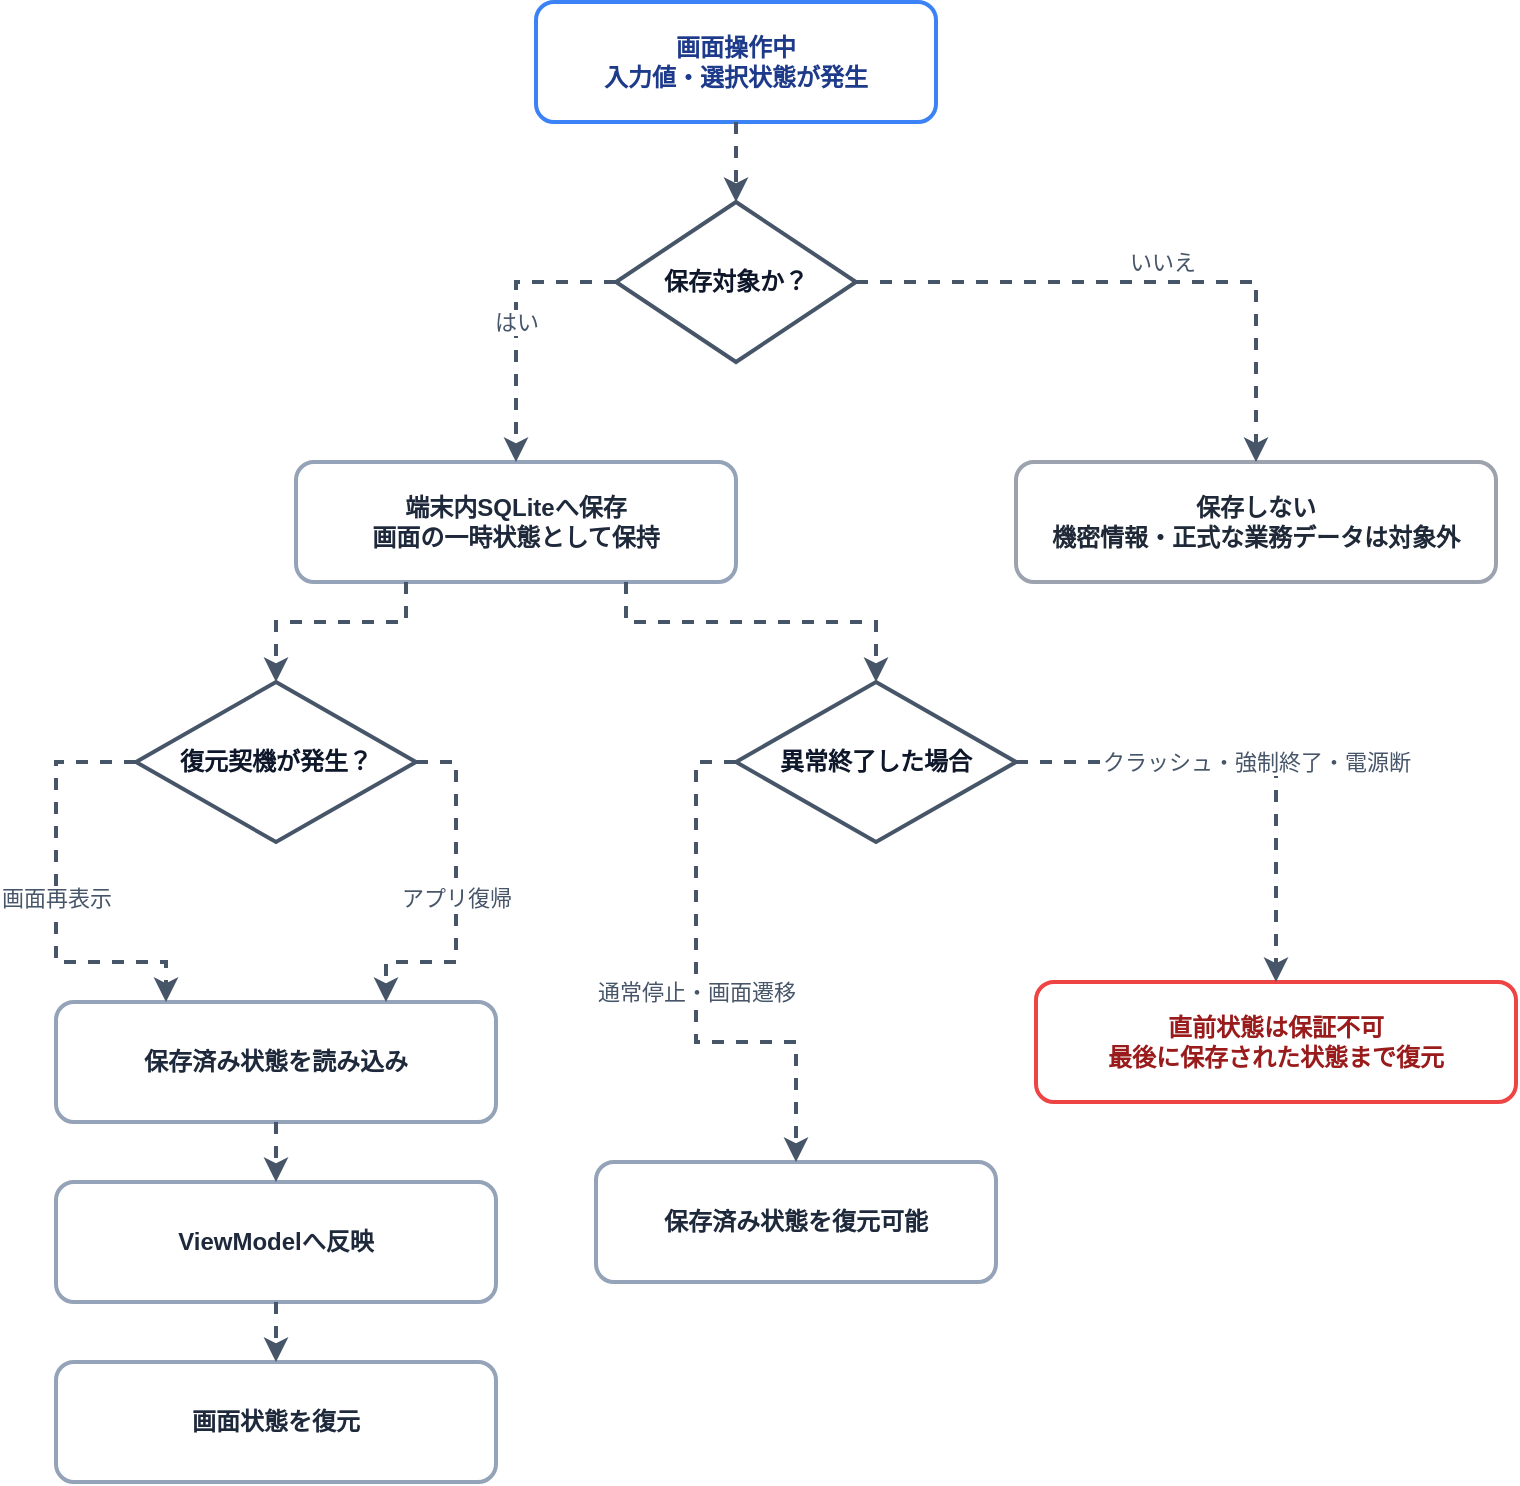
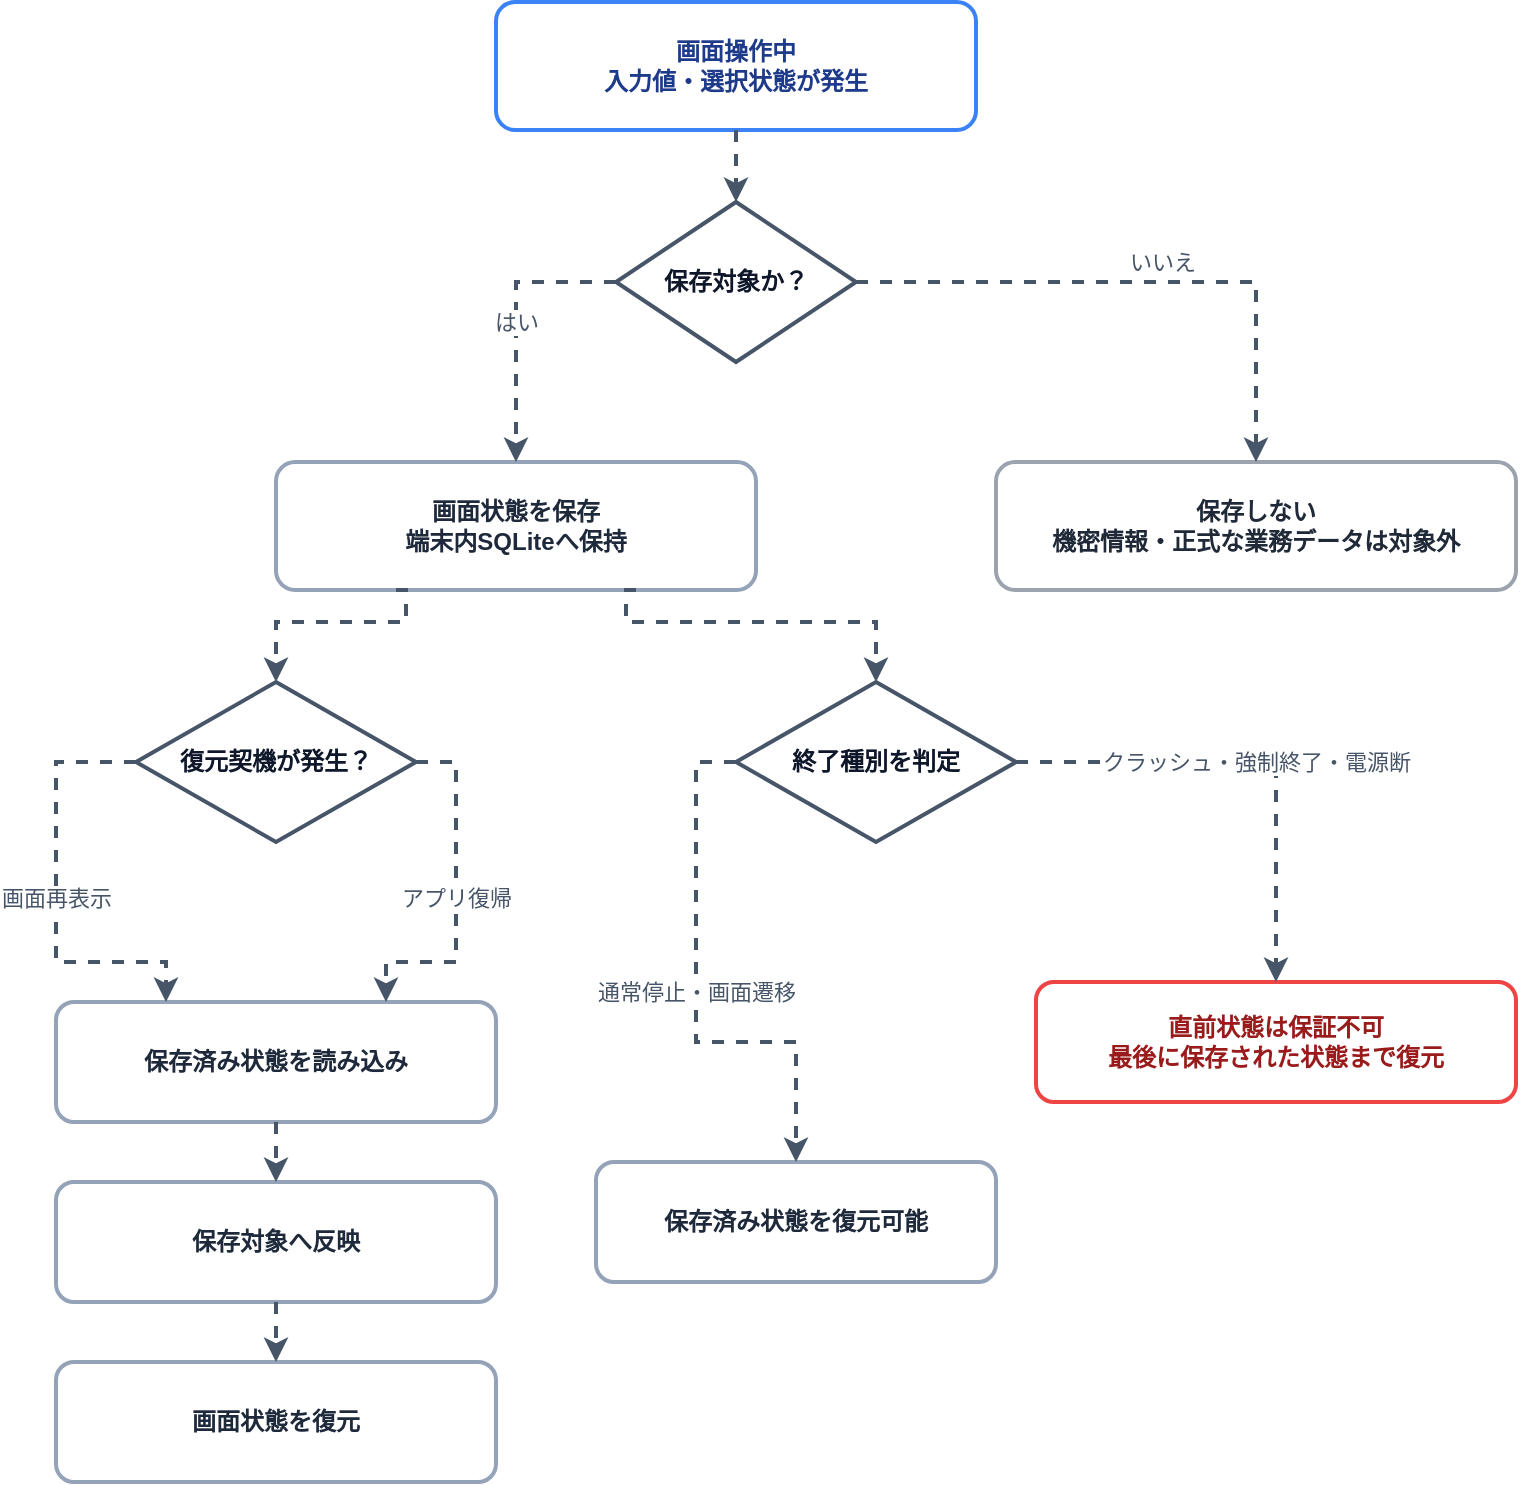
<?xml version='1.0' encoding='utf-8'?>
<mxfile host="65bd71144e">
    <diagram name="StateSavingFlow" id="state_saving_flow">
        <mxGraphModel dx="922" dy="784" grid="1" gridSize="10" guides="1" tooltips="1" connect="1" arrows="1" fold="1" page="1" pageScale="1" pageWidth="850" pageHeight="1100" background="#ffffff" math="0" shadow="0">
            <root>
                <mxCell id="0" />
                <mxCell id="1" parent="0" />
                <mxCell id="A" value="画面操作中&lt;br/&gt;入力値・選択状態が発生" style="rounded=1;whiteSpace=wrap;html=1;fillColor=#FFFFFF;strokeColor=#3B82F6;strokeWidth=2;fontStyle=1;fontColor=#1E3A8A;" parent="1" vertex="1">
-                     <mxGeometry x="320" y="40" width="200" height="60" as="geometry" />
+                     <mxGeometry x="300" y="40" width="240" height="64" as="geometry" />
                </mxCell>
                <mxCell id="B" value="保存対象か？" style="rhombus;whiteSpace=wrap;html=1;fillColor=#FFFFFF;strokeColor=#475569;strokeWidth=2;fontStyle=1;fontColor=#0F172A;" parent="1" vertex="1">
                    <mxGeometry x="360" y="140" width="120" height="80" as="geometry" />
                </mxCell>
-                 <mxCell id="C" value="端末内SQLiteへ保存&lt;br/&gt;画面の一時状態として保持" style="rounded=1;whiteSpace=wrap;html=1;fillColor=#FFFFFF;strokeColor=#94A3B8;strokeWidth=2;fontStyle=1;fontColor=#1E293B;" parent="1" vertex="1">
-                     <mxGeometry x="200" y="270" width="220" height="60" as="geometry" />
+                 <mxCell id="C" value="画面状態を保存&lt;br/&gt;端末内SQLiteへ保持" style="rounded=1;whiteSpace=wrap;html=1;fillColor=#FFFFFF;strokeColor=#94A3B8;strokeWidth=2;fontStyle=1;fontColor=#1E293B;" parent="1" vertex="1">
+                     <mxGeometry x="190" y="270" width="240" height="64" as="geometry" />
                </mxCell>
                <mxCell id="D" value="保存しない&lt;br/&gt;機密情報・正式な業務データは対象外" style="rounded=1;whiteSpace=wrap;html=1;fillColor=#FFFFFF;strokeColor=#9CA3AF;strokeWidth=2;fontStyle=1;fontColor=#1F2937;" parent="1" vertex="1">
-                     <mxGeometry x="560" y="270" width="240" height="60" as="geometry" />
+                     <mxGeometry x="550" y="270" width="260" height="64" as="geometry" />
                </mxCell>
                <mxCell id="E" value="復元契機が発生？" style="rhombus;whiteSpace=wrap;html=1;fillColor=#FFFFFF;strokeColor=#475569;strokeWidth=2;fontStyle=1;fontColor=#0F172A;" parent="1" vertex="1">
                    <mxGeometry x="120" y="380" width="140" height="80" as="geometry" />
                </mxCell>
-                 <mxCell id="I" value="異常終了した場合" style="rhombus;whiteSpace=wrap;html=1;fillColor=#FFFFFF;strokeColor=#475569;strokeWidth=2;fontStyle=1;fontColor=#0F172A;" parent="1" vertex="1">
+                 <mxCell id="I" value="終了種別を判定" style="rhombus;whiteSpace=wrap;html=1;fillColor=#FFFFFF;strokeColor=#475569;strokeWidth=2;fontStyle=1;fontColor=#0F172A;" parent="1" vertex="1">
                    <mxGeometry x="420" y="380" width="140" height="80" as="geometry" />
                </mxCell>
                <mxCell id="F" value="保存済み状態を読み込み" style="rounded=1;whiteSpace=wrap;html=1;fillColor=#FFFFFF;strokeColor=#94A3B8;strokeWidth=2;fontStyle=1;fontColor=#1E293B;" parent="1" vertex="1">
                    <mxGeometry x="80" y="540" width="220" height="60" as="geometry" />
                </mxCell>
-                 <mxCell id="G" value="ViewModelへ反映" style="rounded=1;whiteSpace=wrap;html=1;fillColor=#FFFFFF;strokeColor=#94A3B8;strokeWidth=2;fontStyle=1;fontColor=#1E293B;" parent="1" vertex="1">
+                 <mxCell id="G" value="保存対象へ反映" style="rounded=1;whiteSpace=wrap;html=1;fillColor=#FFFFFF;strokeColor=#94A3B8;strokeWidth=2;fontStyle=1;fontColor=#1E293B;" parent="1" vertex="1">
                    <mxGeometry x="80" y="630" width="220" height="60" as="geometry" />
                </mxCell>
                <mxCell id="H" value="画面状態を復元" style="rounded=1;whiteSpace=wrap;html=1;fillColor=#FFFFFF;strokeColor=#94A3B8;strokeWidth=2;fontStyle=1;fontColor=#1E293B;" parent="1" vertex="1">
                    <mxGeometry x="80" y="720" width="220" height="60" as="geometry" />
                </mxCell>
                <mxCell id="J" value="保存済み状態を復元可能" style="rounded=1;whiteSpace=wrap;html=1;fillColor=#FFFFFF;strokeColor=#94A3B8;strokeWidth=2;fontStyle=1;fontColor=#1E293B;" parent="1" vertex="1">
                    <mxGeometry x="350" y="620" width="200" height="60" as="geometry" />
                </mxCell>
                <mxCell id="K" value="直前状態は保証不可&lt;br/&gt;最後に保存された状態まで復元" style="rounded=1;whiteSpace=wrap;html=1;fillColor=#FFFFFF;strokeColor=#EF4444;strokeWidth=2;fontStyle=1;fontColor=#991B1B;" parent="1" vertex="1">
                    <mxGeometry x="570" y="530" width="240" height="60" as="geometry" />
                </mxCell>
                <mxCell id="edge_A_B" style="edgeStyle=orthogonalEdgeStyle;rounded=0;orthogonalLoop=1;jettySize=auto;html=1;exitX=0.5;exitY=1;exitDx=0;exitDy=0;entryX=0.5;entryY=0;entryDx=0;entryDy=0;strokeColor=#475569;strokeWidth=2;dashed=1;" parent="1" source="A" target="B" edge="1">
                    <mxGeometry relative="1" as="geometry" />
                </mxCell>
                <mxCell id="edge_B_C" value="&lt;span style=&quot;background-color: rgb(255, 255, 255);&quot;&gt;はい&lt;/span&gt;" style="edgeStyle=orthogonalEdgeStyle;rounded=0;orthogonalLoop=1;jettySize=auto;html=1;exitX=0;exitY=0.5;exitDx=0;exitDy=0;entryX=0.5;entryY=0;entryDx=0;entryDy=0;strokeColor=#475569;strokeWidth=2;fontColor=#475569;dashed=1;" parent="1" source="B" target="C" edge="1">
                    <mxGeometry relative="1" as="geometry">
                        <Array as="points">
                            <mxPoint x="310" y="180" />
                        </Array>
                    </mxGeometry>
                </mxCell>
                <mxCell id="edge_B_D" value="&lt;span style=&quot;background-color: rgb(255, 255, 255);&quot;&gt;いいえ&lt;/span&gt;" style="edgeStyle=orthogonalEdgeStyle;rounded=0;orthogonalLoop=1;jettySize=auto;html=1;exitX=1;exitY=0.5;exitDx=0;exitDy=0;entryX=0.5;entryY=0;entryDx=0;entryDy=0;strokeColor=#475569;strokeWidth=2;fontColor=#475569;dashed=1;" parent="1" source="B" target="D" edge="1">
                    <mxGeometry x="0.0528" y="10" relative="1" as="geometry">
                        <mxPoint as="offset" />
                        <Array as="points">
                            <mxPoint x="680" y="180" />
                        </Array>
                    </mxGeometry>
                </mxCell>
                <mxCell id="edge_C_E" style="edgeStyle=orthogonalEdgeStyle;rounded=0;orthogonalLoop=1;jettySize=auto;html=1;exitX=0.25;exitY=1;exitDx=0;exitDy=0;entryX=0.5;entryY=0;entryDx=0;entryDy=0;strokeColor=#475569;strokeWidth=2;dashed=1;" parent="1" source="C" target="E" edge="1">
                    <mxGeometry relative="1" as="geometry">
                        <Array as="points">
                            <mxPoint x="255" y="350" />
                            <mxPoint x="190" y="350" />
                        </Array>
                    </mxGeometry>
                </mxCell>
                <mxCell id="edge_C_I" style="edgeStyle=orthogonalEdgeStyle;rounded=0;orthogonalLoop=1;jettySize=auto;html=1;exitX=0.75;exitY=1;exitDx=0;exitDy=0;entryX=0.5;entryY=0;entryDx=0;entryDy=0;strokeColor=#475569;strokeWidth=2;dashed=1;" parent="1" source="C" target="I" edge="1">
                    <mxGeometry relative="1" as="geometry">
                        <Array as="points">
                            <mxPoint x="365" y="350" />
                            <mxPoint x="490" y="350" />
                        </Array>
                    </mxGeometry>
                </mxCell>
                <mxCell id="edge_E_F_1" value="&lt;span style=&quot;background-color: rgb(255, 255, 255);&quot;&gt;画面再表示&lt;/span&gt;" style="edgeStyle=orthogonalEdgeStyle;rounded=0;orthogonalLoop=1;jettySize=auto;html=1;exitX=0;exitY=0.5;exitDx=0;exitDy=0;entryX=0.25;entryY=0;entryDx=0;entryDy=0;strokeColor=#475569;strokeWidth=2;fontColor=#475569;dashed=1;" parent="1" source="E" target="F" edge="1">
                    <mxGeometry relative="1" as="geometry">
                        <Array as="points">
                            <mxPoint x="80" y="420" />
                            <mxPoint x="80" y="520" />
                        </Array>
                    </mxGeometry>
                </mxCell>
                <mxCell id="edge_E_F_2" value="&lt;span style=&quot;background-color: rgb(255, 255, 255);&quot;&gt;アプリ復帰&lt;/span&gt;" style="edgeStyle=orthogonalEdgeStyle;rounded=0;orthogonalLoop=1;jettySize=auto;html=1;exitX=1;exitY=0.5;exitDx=0;exitDy=0;entryX=0.75;entryY=0;entryDx=0;entryDy=0;strokeColor=#475569;strokeWidth=2;fontColor=#475569;dashed=1;" parent="1" source="E" target="F" edge="1">
                    <mxGeometry relative="1" as="geometry">
                        <Array as="points">
                            <mxPoint x="280" y="420" />
                            <mxPoint x="280" y="520" />
                        </Array>
                    </mxGeometry>
                </mxCell>
                <mxCell id="edge_F_G" style="edgeStyle=orthogonalEdgeStyle;rounded=0;orthogonalLoop=1;jettySize=auto;html=1;exitX=0.5;exitY=1;exitDx=0;exitDy=0;entryX=0.5;entryY=0;entryDx=0;entryDy=0;strokeColor=#475569;strokeWidth=2;dashed=1;" parent="1" source="F" target="G" edge="1">
                    <mxGeometry relative="1" as="geometry" />
                </mxCell>
                <mxCell id="edge_G_H" style="edgeStyle=orthogonalEdgeStyle;rounded=0;orthogonalLoop=1;jettySize=auto;html=1;exitX=0.5;exitY=1;exitDx=0;exitDy=0;entryX=0.5;entryY=0;entryDx=0;entryDy=0;strokeColor=#475569;strokeWidth=2;dashed=1;" parent="1" source="G" target="H" edge="1">
                    <mxGeometry relative="1" as="geometry" />
                </mxCell>
                <mxCell id="edge_I_J" value="&lt;span style=&quot;background-color: rgb(255, 255, 255);&quot;&gt;通常停止・画面遷移&lt;/span&gt;" style="edgeStyle=orthogonalEdgeStyle;rounded=0;orthogonalLoop=1;jettySize=auto;html=1;exitX=0;exitY=0.5;exitDx=0;exitDy=0;entryX=0.5;entryY=0;entryDx=0;entryDy=0;strokeColor=#475569;strokeWidth=2;fontColor=#475569;dashed=1;" parent="1" source="I" target="J" edge="1">
                    <mxGeometry x="0.0001" relative="1" as="geometry">
                        <mxPoint as="offset" />
                        <Array as="points">
                            <mxPoint x="400" y="420" />
                            <mxPoint x="400" y="560" />
                        </Array>
                    </mxGeometry>
                </mxCell>
                <mxCell id="edge_I_K" value="&lt;span style=&quot;background-color: rgb(255, 255, 255);&quot;&gt;クラッシュ・強制終了・電源断&lt;/span&gt;" style="edgeStyle=orthogonalEdgeStyle;rounded=0;orthogonalLoop=1;jettySize=auto;html=1;exitX=1;exitY=0.5;exitDx=0;exitDy=0;entryX=0.5;entryY=0;entryDx=0;entryDy=0;strokeColor=#475569;strokeWidth=2;fontColor=#475569;dashed=1;" parent="1" source="I" target="K" edge="1">
                    <mxGeometry relative="1" as="geometry">
                        <Array as="points">
                            <mxPoint x="580" y="420" />
                            <mxPoint x="700" y="420" />
                        </Array>
                    </mxGeometry>
                </mxCell>
            </root>
        </mxGraphModel>
    </diagram>
- </mxfile>+ </mxfile>
